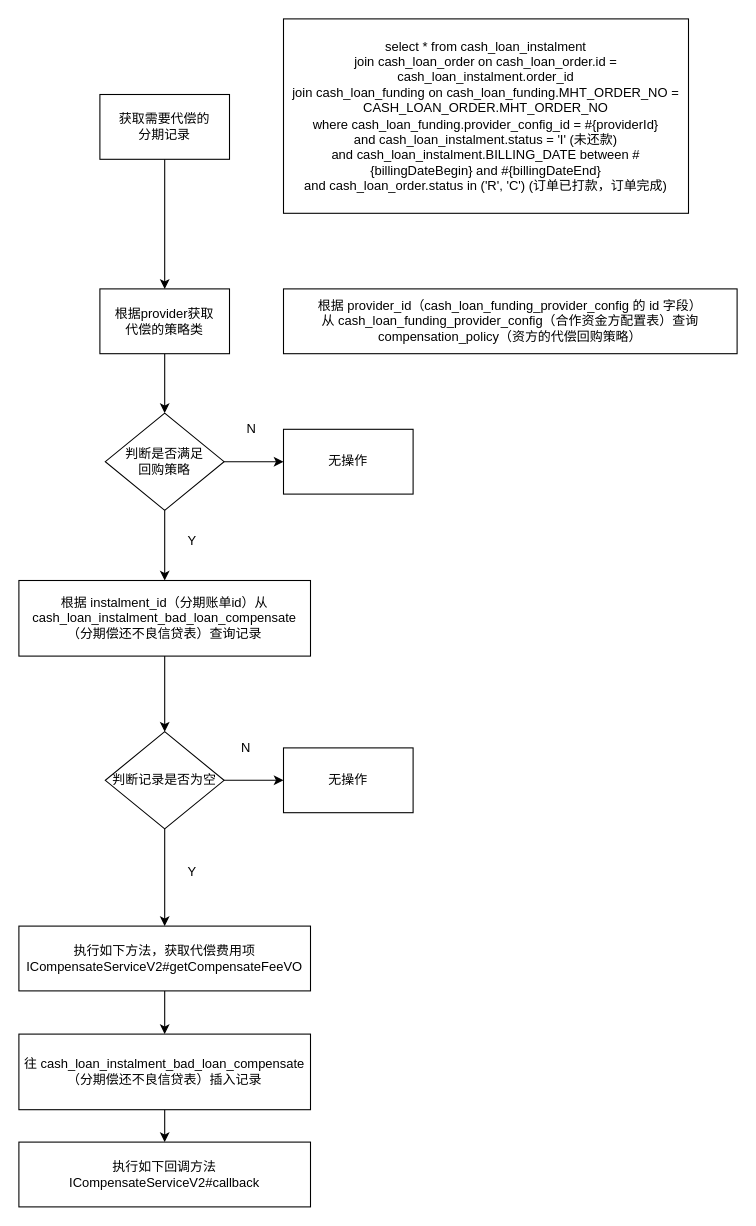
Above: page "代偿" (3 of 13) of yqg/业务梳理.drawio in erlieStar/diagrams (draw.io), before the change. Source tidied: cells renumbered, new cells numbered last; positions are measured from the earlier drawing's top-left corner, leaving out a move shared by most shapes. Both pictures are drawn from the tidied source at 108%, with x=0, y=0 at pixel (18, 18).
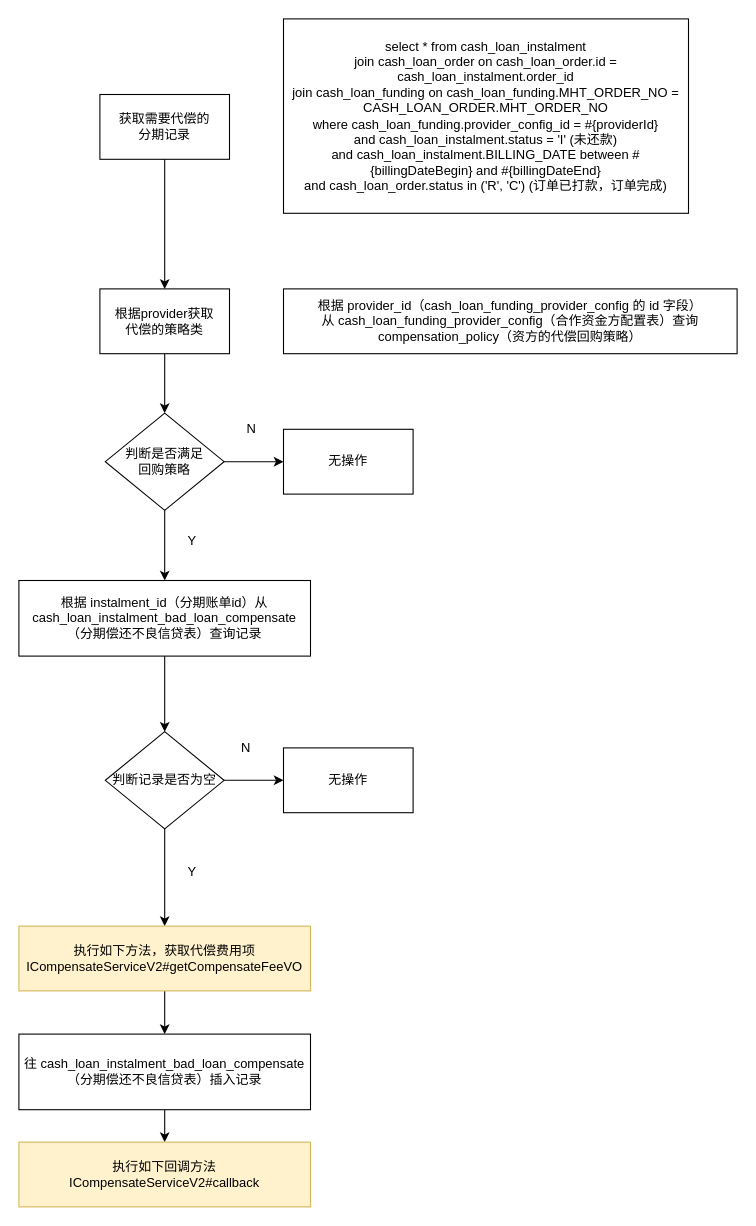
The same page after the edit.

What changed in the source:
```diff
@@
-    <mxCell id="23" value="执行如下方法，获取代偿费用项&lt;br&gt;ICompensateServiceV2#getCompensateFeeVO" style="rounded=0;whiteSpace=wrap;html=1;" parent="1" vertex="1">
+    <mxCell id="23" value="执行如下方法，获取代偿费用项&lt;br&gt;ICompensateServiceV2#getCompensateFeeVO" style="rounded=0;whiteSpace=wrap;html=1;fillColor=#fff2cc;strokeColor=#d6b656;" parent="1" vertex="1">
       <mxGeometry y="840" width="270" height="60" as="geometry" />
     </mxCell>
@@
-    <mxCell id="26" value="执行如下回调方法&lt;br&gt;ICompensateServiceV2#callback" style="rounded=0;whiteSpace=wrap;html=1;" parent="1" vertex="1">
+    <mxCell id="26" value="执行如下回调方法&lt;br&gt;ICompensateServiceV2#callback" style="rounded=0;whiteSpace=wrap;html=1;fillColor=#fff2cc;strokeColor=#d6b656;" parent="1" vertex="1">
       <mxGeometry y="1040" width="270" height="60" as="geometry" />
     </mxCell>
```
